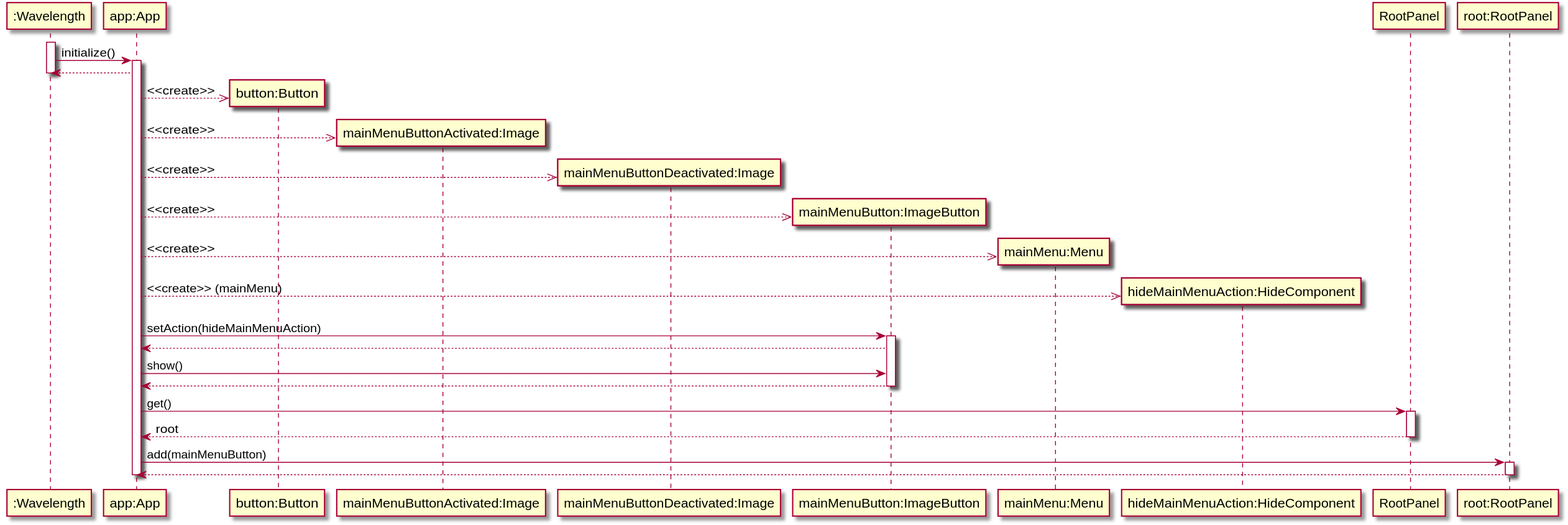
The PlantUML diagram design/Sequenzdiagramme/initialization.svg in wavelength-ide/wavelength-ide, before a commit.
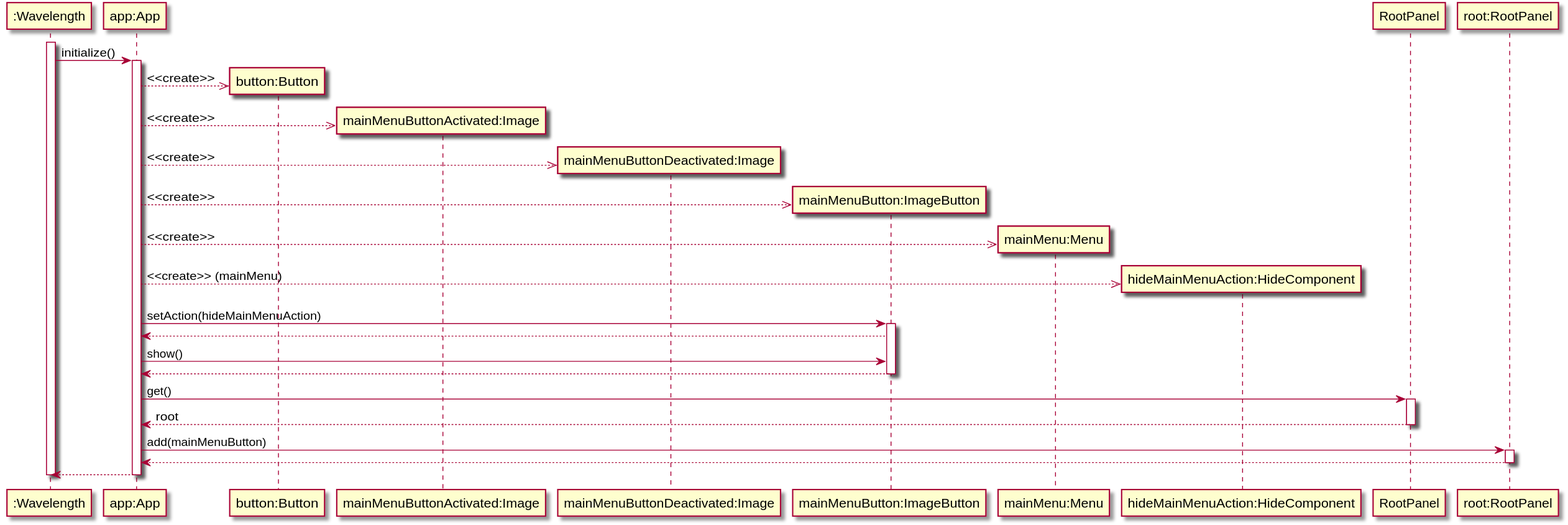
Later version of the same file.

Commit message:
fix sequence diagrams

What changed in the source:
```diff
@@ -14,8 +14,6 @@
 activate wl
 wl -> app : initialize()
 activate app
-wl <-- app
-deactivate wl
 
 create button
 app -->> button : <<create>>
@@ -52,6 +50,8 @@
 app <-- root
 deactivate root
 
+wl <-- app
 deactivate app
+deactivate wl
 
 @enduml
```
